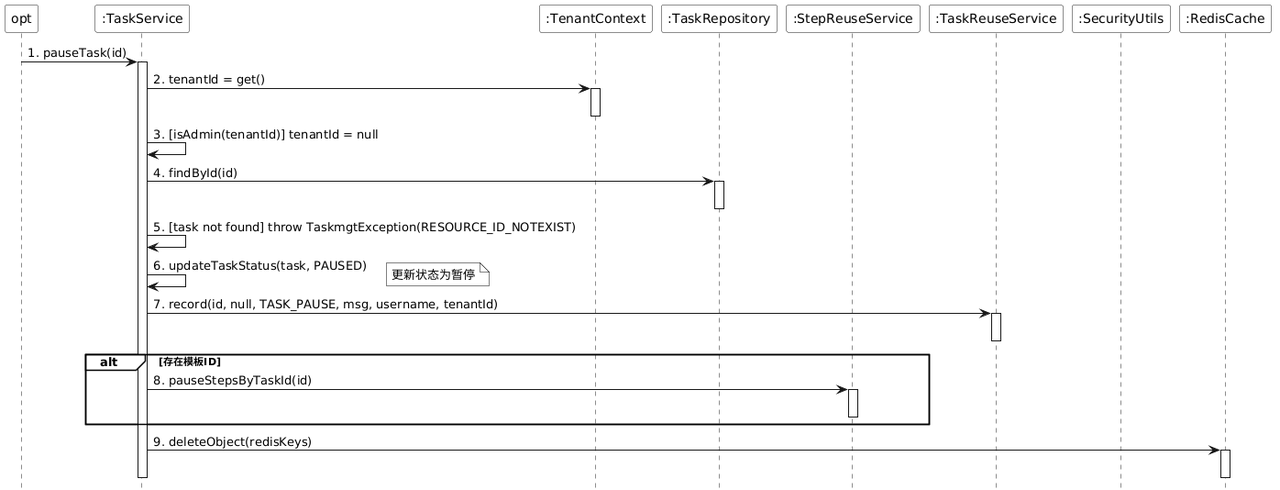
This is doc/taskmgt/png/sequence/pauseTaskSequence.png from laborday922/RobotBackendManagementSystem, a PlantUML export, as it was before one commit.
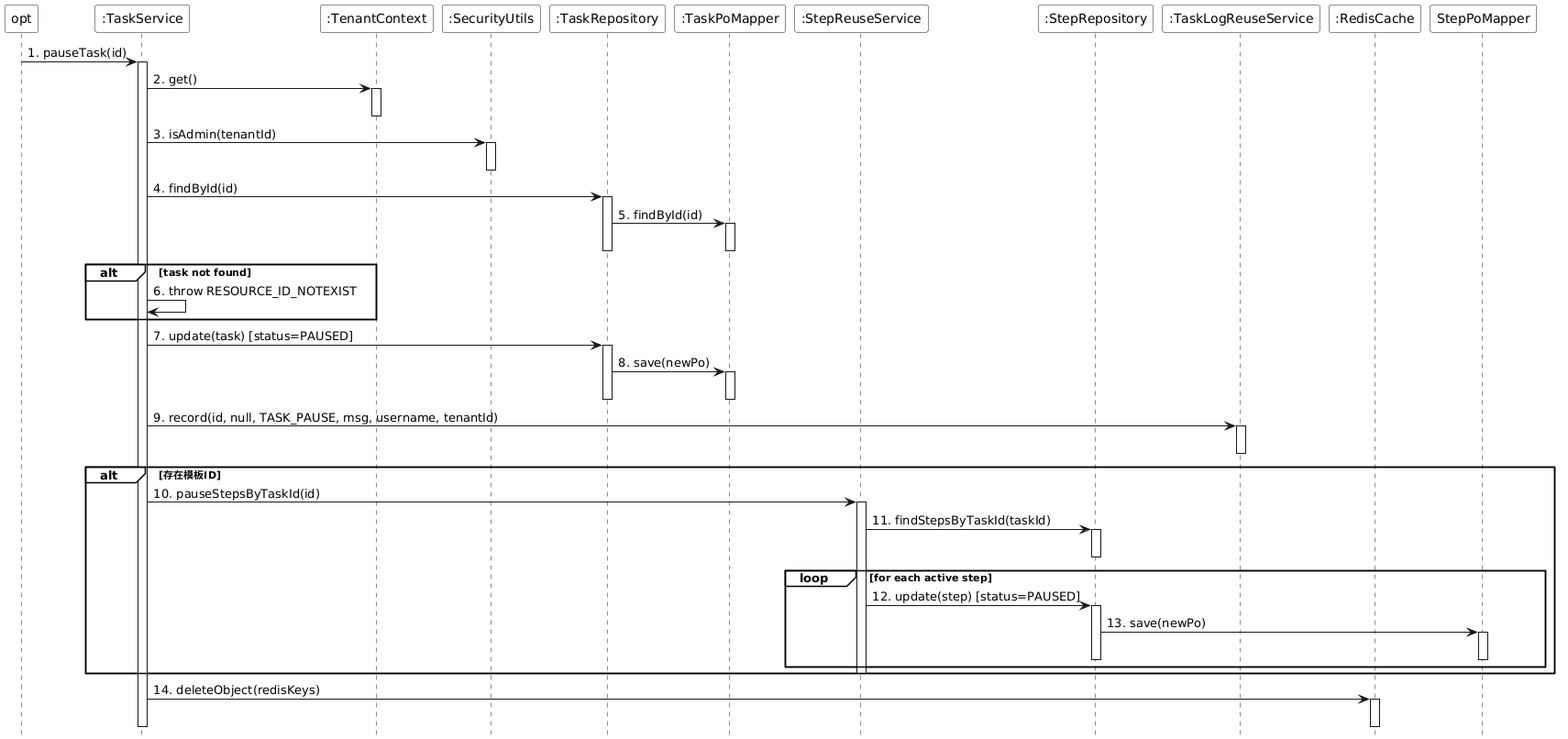
After the change.

The edit, as a diff of the source:
```diff
@@ -11,40 +11,67 @@
 participant "opt" as opt
 participant ":TaskService" as TaskService
 participant ":TenantContext" as TenantContext
+participant ":SecurityUtils" as SecurityUtils
 participant ":TaskRepository" as TaskRepository
+participant ":TaskPoMapper" as TaskPoMapper
 participant ":StepReuseService" as StepReuseService
-participant ":TaskReuseService" as TaskReuseService
-participant ":SecurityUtils" as SecurityUtils
+participant ":StepRepository" as StepRepository
+participant ":TaskLogReuseService" as TaskLogReuseService
 participant ":RedisCache" as RedisCache
 
 opt -> TaskService : 1. pauseTask(id)
 activate TaskService
 
-TaskService -> TenantContext : 2. tenantId = get()
+TaskService -> TenantContext : 2. get()
 activate TenantContext
 deactivate TenantContext
-TaskService -> TaskService : 3. [isAdmin(tenantId)] tenantId = null
+TaskService -> SecurityUtils : 3. isAdmin(tenantId)
+activate SecurityUtils
+deactivate SecurityUtils
 
 TaskService -> TaskRepository : 4. findById(id)
 activate TaskRepository
+TaskRepository -> TaskPoMapper : 5. findById(id)
+activate TaskPoMapper
+deactivate TaskPoMapper
 deactivate TaskRepository
 
-TaskService -> TaskService : 5. [task not found] throw TaskmgtException(RESOURCE_ID_NOTEXIST)
+alt task not found
+    TaskService -> TaskService : 6. throw RESOURCE_ID_NOTEXIST
+end
 
-TaskService -> TaskService : 6. updateTaskStatus(task, PAUSED)
-note right : 更新状态为暂停
+TaskService -> TaskRepository : 7. update(task) [status=PAUSED]
+activate TaskRepository
+TaskRepository -> TaskPoMapper : 8. save(newPo)
+activate TaskPoMapper
+deactivate TaskPoMapper
+deactivate TaskRepository
 
-TaskService -> TaskReuseService : 7. record(id, null, TASK_PAUSE, msg, username, tenantId)
-activate TaskReuseService
-deactivate TaskReuseService
+TaskService -> TaskLogReuseService : 9. record(id, null, TASK_PAUSE, msg, username, tenantId)
+activate TaskLogReuseService
+deactivate TaskLogReuseService
 
 alt 存在模板ID
-    TaskService -> StepReuseService : 8. pauseStepsByTaskId(id)
+    TaskService -> StepReuseService : 10. pauseStepsByTaskId(id)
     activate StepReuseService
+
+    StepReuseService -> StepRepository : 11. findStepsByTaskId(taskId)
+    activate StepRepository
+    deactivate StepRepository
+
+    loop for each active step
+        StepReuseService -> StepRepository : 12. update(step) [status=PAUSED]
+        activate StepRepository
+        StepRepository -> StepPoMapper : 13. save(newPo)
+        activate StepPoMapper
+        deactivate StepPoMapper
+        deactivate StepRepository
+    end
+
     deactivate StepReuseService
 end
 
-TaskService -> RedisCache : 9. deleteObject(redisKeys)
+TaskService -> RedisCache : 14. deleteObject(redisKeys)
 activate RedisCache
 deactivate RedisCache
 
```
